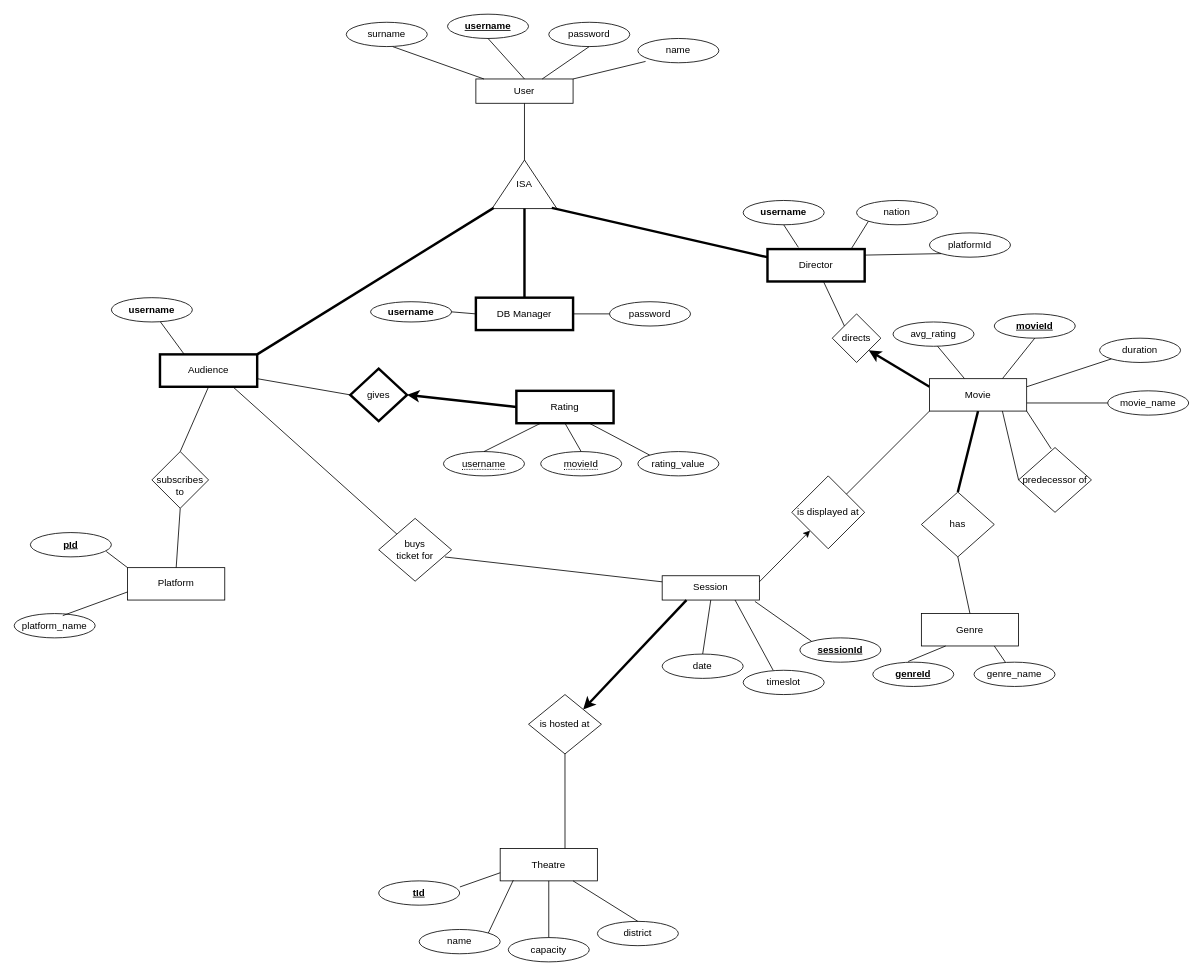
Above: movies-er.drawio in OnurKlc/draw.io_files (draw.io), before the change. Source tidied: cells renumbered, new cells numbered last; positions are measured from the earlier drawing's top-left corner, leaving out a move shared by most shapes. Both pictures are drawn from the tidied source at 81%, with x=0, y=0 at pixel (14, 14).
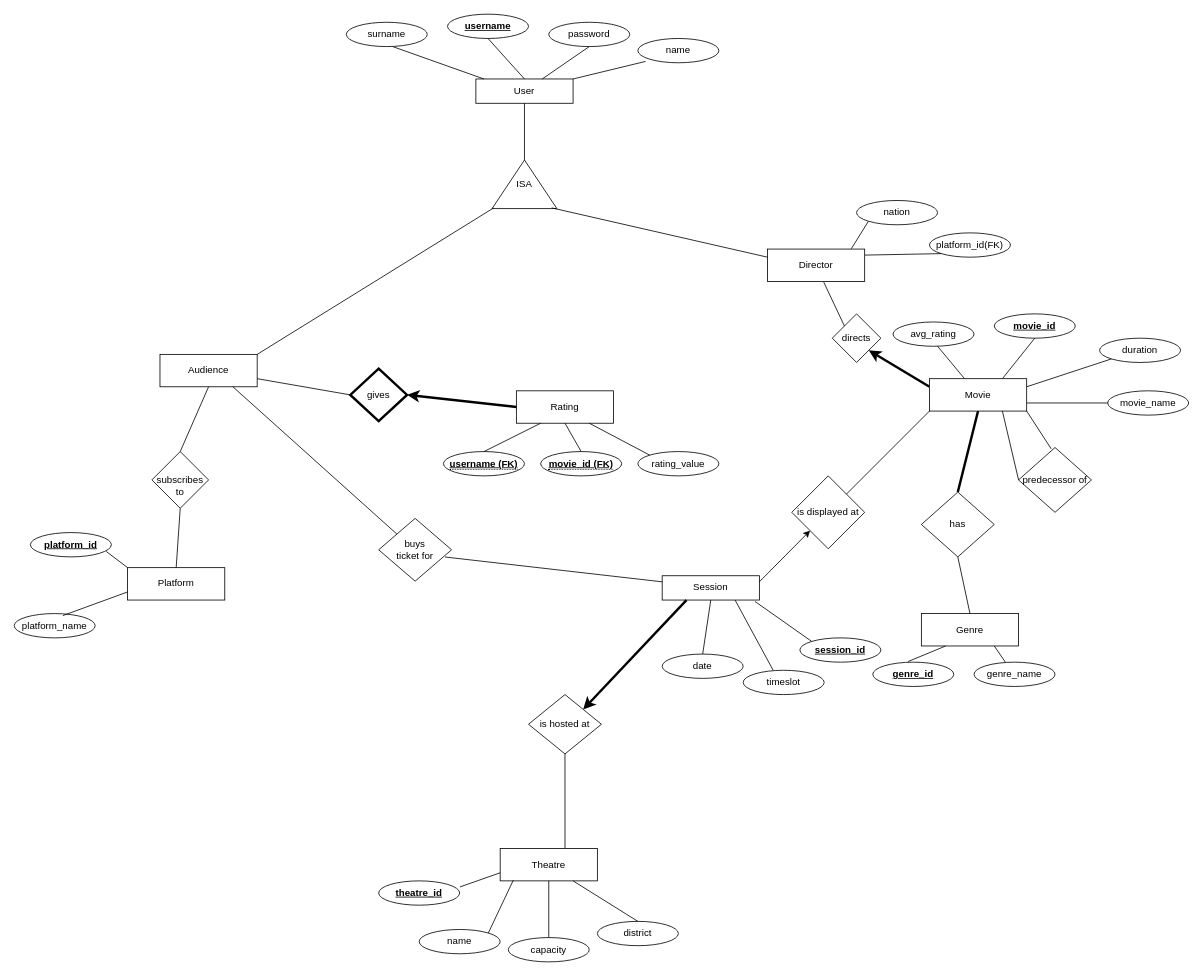
The same diagram, later.

The change refers to these unchanged cells:
```xml
<mxCell id="12" value="ISA" style="triangle;whiteSpace=wrap;html=1;direction=north;" parent="1" vertex="1">
  <mxGeometry x="590" y="180" width="80" height="60" as="geometry" />
</mxCell>
```

The edit, as a diff of the source:
```diff
@@
-    <mxCell id="13" value="Audience" style="rounded=0;whiteSpace=wrap;html=1;strokeWidth=3;" parent="1" vertex="1">
+    <mxCell id="13" value="Audience" style="rounded=0;whiteSpace=wrap;html=1;strokeWidth=1;" parent="1" vertex="1">
       <mxGeometry x="180" y="420" width="120" height="40" as="geometry" />
     </mxCell>
-    <mxCell id="14" value="Director" style="rounded=0;whiteSpace=wrap;html=1;strokeWidth=3;" parent="1" vertex="1">
+    <mxCell id="14" value="Director" style="rounded=0;whiteSpace=wrap;html=1;strokeWidth=1;" parent="1" vertex="1">
       <mxGeometry x="930" y="290" width="120" height="40" as="geometry" />
     </mxCell>
-    <mxCell id="15" style="endArrow=none;html=1;rounded=0;exitX=1;exitY=0;exitDx=0;exitDy=0;entryX=0.014;entryY=0.025;entryDx=0;entryDy=0;entryPerimeter=0;strokeWidth=3;" parent="1" edge="1" source="13" target="12">
+    <mxCell id="15" style="endArrow=none;html=1;rounded=0;exitX=1;exitY=0;exitDx=0;exitDy=0;entryX=0.014;entryY=0.025;entryDx=0;entryDy=0;entryPerimeter=0;strokeWidth=1;" parent="1" edge="1" source="13" target="12">
       <mxGeometry relative="1" as="geometry" />
     </mxCell>
-    <mxCell id="16" style="endArrow=none;html=1;rounded=0;exitX=0;exitY=0.25;exitDx=0;exitDy=0;entryX=0.014;entryY=0.921;entryDx=0;entryDy=0;entryPerimeter=0;strokeWidth=3;" parent="1" edge="1" source="14" target="12">
+    <mxCell id="16" style="endArrow=none;html=1;rounded=0;exitX=0;exitY=0.25;exitDx=0;exitDy=0;entryX=0.014;entryY=0.921;entryDx=0;entryDy=0;entryPerimeter=0;strokeWidth=1;" parent="1" edge="1" source="14" target="12">
       <mxGeometry relative="1" as="geometry" />
     </mxCell>
-    <mxCell id="17" value="&lt;b&gt;username&lt;/b&gt;" style="ellipse;whiteSpace=wrap;html=1;" parent="1" vertex="1">
-      <mxGeometry x="120" y="350" width="100" height="30" as="geometry" />
-    </mxCell>
-    <mxCell id="18" style="endArrow=none;html=1;rounded=0;exitX=0.25;exitY=0;exitDx=0;exitDy=0;" parent="1" edge="1" source="13" target="17">
-      <mxGeometry relative="1" as="geometry" />
-    </mxCell>
-    <mxCell id="19" value="&lt;b style=&quot;&quot;&gt;username&lt;/b&gt;" style="ellipse;whiteSpace=wrap;html=1;" parent="1" vertex="1">
-      <mxGeometry x="900" y="230" width="100" height="30" as="geometry" />
-    </mxCell>
@@
-    <mxCell id="21" value="platformId" style="ellipse;whiteSpace=wrap;html=1;" parent="1" vertex="1">
+    <mxCell id="21" value="platform_id(FK)" style="ellipse;whiteSpace=wrap;html=1;" parent="1" vertex="1">
       <mxGeometry x="1130" y="270" width="100" height="30" as="geometry" />
     </mxCell>
-    <mxCell id="22" style="endArrow=none;html=1;rounded=0;exitX=0.318;exitY=-0.052;exitDx=0;exitDy=0;exitPerimeter=0;entryX=0.5;entryY=1;entryDx=0;entryDy=0;" parent="1" edge="1" source="14" target="19">
-      <mxGeometry relative="1" as="geometry" />
-    </mxCell>
@@
-    <mxCell id="29" value="&lt;u&gt;&lt;b&gt;movieId&lt;/b&gt;&lt;/u&gt;" style="ellipse;whiteSpace=wrap;html=1;" parent="1" vertex="1">
+    <mxCell id="29" value="&lt;u&gt;&lt;b&gt;movie_id&lt;/b&gt;&lt;/u&gt;" style="ellipse;whiteSpace=wrap;html=1;" parent="1" vertex="1">
       <mxGeometry x="1210" y="370" width="100" height="30" as="geometry" />
     </mxCell>
@@
-    <mxCell id="39" value="&lt;u&gt;&lt;b&gt;pId&lt;/b&gt;&lt;/u&gt;" style="ellipse;whiteSpace=wrap;html=1;" parent="1" vertex="1">
+    <mxCell id="39" value="&lt;u&gt;&lt;b&gt;platform_id&lt;/b&gt;&lt;/u&gt;" style="ellipse;whiteSpace=wrap;html=1;" parent="1" vertex="1">
       <mxGeometry x="20" y="640" width="100" height="30" as="geometry" />
     </mxCell>
@@
-    <mxCell id="48" value="&lt;u&gt;&lt;b&gt;tId&lt;/b&gt;&lt;/u&gt;" style="ellipse;whiteSpace=wrap;html=1;" parent="1" vertex="1">
+    <mxCell id="48" value="&lt;u&gt;&lt;b&gt;theatre_id&lt;/b&gt;&lt;/u&gt;" style="ellipse;whiteSpace=wrap;html=1;" parent="1" vertex="1">
       <mxGeometry x="450" y="1070" width="100" height="30" as="geometry" />
     </mxCell>
@@
-    <mxCell id="55" value="&lt;u&gt;&lt;b&gt;sessionId&lt;/b&gt;&lt;/u&gt;" style="ellipse;whiteSpace=wrap;html=1;" parent="1" vertex="1">
+    <mxCell id="55" value="&lt;u&gt;&lt;b&gt;session_id&lt;/b&gt;&lt;/u&gt;" style="ellipse;whiteSpace=wrap;html=1;" parent="1" vertex="1">
       <mxGeometry x="970" y="770" width="100" height="30" as="geometry" />
     </mxCell>
@@
-    <mxCell id="64" value="&lt;u&gt;&lt;b&gt;genreId&lt;/b&gt;&lt;/u&gt;" style="ellipse;whiteSpace=wrap;html=1;" parent="1" vertex="1">
+    <mxCell id="64" value="&lt;u&gt;&lt;b&gt;genre_id&lt;/b&gt;&lt;/u&gt;" style="ellipse;whiteSpace=wrap;html=1;" parent="1" vertex="1">
       <mxGeometry x="1060" y="800" width="100" height="30" as="geometry" />
     </mxCell>
@@
-    <mxCell id="70" value="DB Manager" style="rounded=0;whiteSpace=wrap;html=1;strokeWidth=3;" parent="1" vertex="1">
-      <mxGeometry x="570" y="350" width="120" height="40" as="geometry" />
-    </mxCell>
-    <mxCell id="71" style="endArrow=none;html=1;rounded=0;entryX=0;entryY=0.5;entryDx=0;entryDy=0;exitX=0.5;exitY=0;exitDx=0;exitDy=0;strokeWidth=3;" parent="1" edge="1" source="70" target="12">
-      <mxGeometry relative="1" as="geometry" />
-    </mxCell>
-    <mxCell id="72" value="password" style="ellipse;whiteSpace=wrap;html=1;" parent="1" vertex="1">
-      <mxGeometry x="735" y="355" width="100" height="30" as="geometry" />
-    </mxCell>
-    <mxCell id="73" value="&lt;b&gt;username&lt;/b&gt;" style="ellipse;whiteSpace=wrap;html=1;" parent="1" vertex="1">
-      <mxGeometry x="440" y="355" width="100" height="25" as="geometry" />
-    </mxCell>
-    <mxCell id="74" style="endArrow=none;html=1;rounded=0;exitX=1;exitY=0.5;exitDx=0;exitDy=0;" parent="1" edge="1" source="73">
-      <mxGeometry relative="1" as="geometry">
-        <mxPoint x="570" y="370" as="targetPoint" />
-      </mxGeometry>
-    </mxCell>
-    <mxCell id="75" style="endArrow=none;html=1;rounded=0;entryX=1;entryY=0.5;entryDx=0;entryDy=0;exitX=0;exitY=0.5;exitDx=0;exitDy=0;" parent="1" edge="1" source="72" target="70">
-      <mxGeometry relative="1" as="geometry" />
-    </mxCell>
@@
-    <mxCell id="84" value="Rating" style="rounded=0;whiteSpace=wrap;html=1;strokeWidth=3;" parent="1" vertex="1">
+    <mxCell id="84" value="Rating" style="rounded=0;whiteSpace=wrap;html=1;strokeWidth=1;" parent="1" vertex="1">
       <mxGeometry x="620" y="465" width="120" height="40" as="geometry" />
     </mxCell>
@@
-    <mxCell id="86" value="&lt;div style=&quot;border-bottom: 1px dotted black&quot;&gt;movieId&lt;/div&gt;" style="ellipse;whiteSpace=wrap;html=1;" parent="1" vertex="1">
+    <mxCell id="86" value="&lt;div style=&quot;border-bottom: 1px dotted black&quot;&gt;&lt;u&gt;&lt;b&gt;movie_id (FK)&lt;/b&gt;&lt;/u&gt;&lt;/div&gt;" style="ellipse;whiteSpace=wrap;html=1;" parent="1" vertex="1">
       <mxGeometry x="650" y="540" width="100" height="30" as="geometry" />
     </mxCell>
-    <mxCell id="87" value="&lt;div style=&quot;border-bottom: 1px dotted black&quot;&gt;username&lt;/div&gt;" style="ellipse;whiteSpace=wrap;html=1;" parent="1" vertex="1">
+    <mxCell id="87" value="&lt;div style=&quot;border-bottom: 1px dotted black&quot;&gt;&lt;u&gt;&lt;b&gt;username (FK)&lt;/b&gt;&lt;/u&gt;&lt;/div&gt;" style="ellipse;whiteSpace=wrap;html=1;" parent="1" vertex="1">
       <mxGeometry x="530" y="540" width="100" height="30" as="geometry" />
     </mxCell>
```
